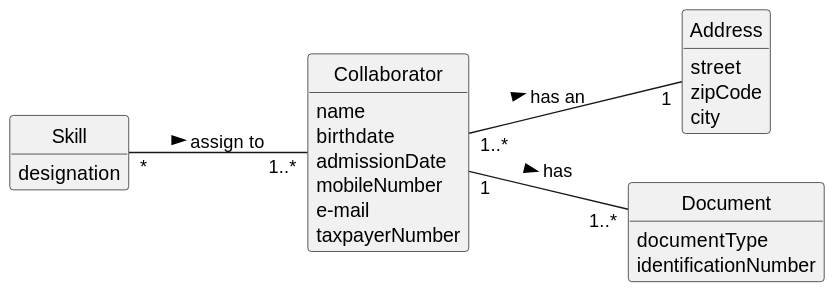
Before: docs/sprintC/us004/02.analysis/svg/us004-domain-model.svg, a diagram exported from PlantUML (ricardomm7/leaflink).
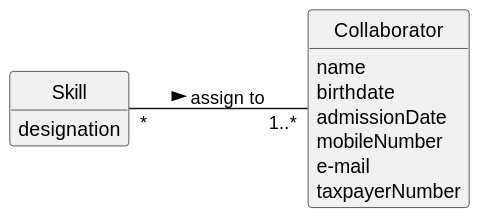
After the commit.

Change to the diagram source:
```diff
@@ -24,19 +24,5 @@
 }
 
 
-class Address{
-    street
-    zipCode
-    city
-}
-
-class Document{
-    documentType
-    identificationNumber
-}
-
-Collaborator "1..*"--"1" Address: has an >
-Collaborator  "1"--"1..*"  Document: has >
-
 Skill "*" -- "1..*" Collaborator : assign to >
 @enduml
```
